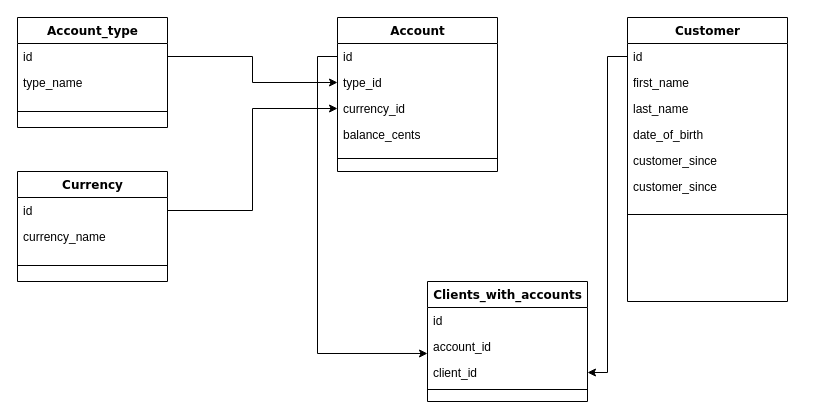
Above: utility/dbERD.drawio in vvalentinv/revature-prj0 (draw.io), before the change. Source tidied: cells renumbered, new cells numbered last; positions are measured from the earlier drawing's top-left corner, leaving out a move shared by most shapes. Both pictures are drawn from the tidied source at 100%, with x=0, y=0 at pixel (17, 17).
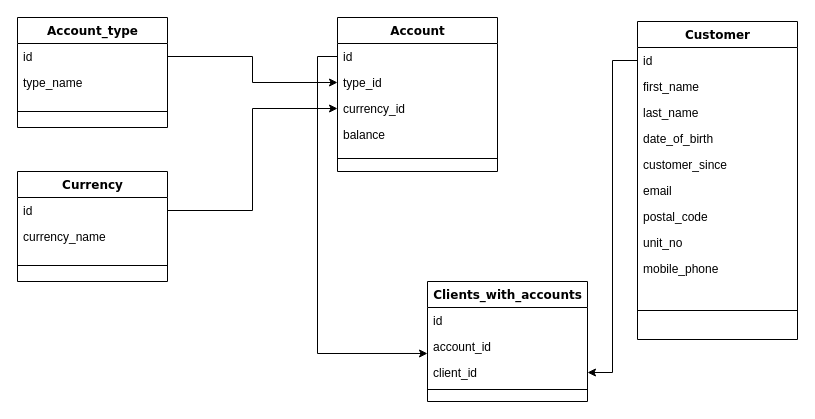
The same page after the edit.

Unchanged cells that the change refers to:
```xml
<mxCell id="2" value="Account" style="swimlane;html=1;fontStyle=1;align=center;verticalAlign=top;horizontal=1;startSize=26;swimlaneFillColor=#ffffff;rounded=0;shadow=0;comic=0;labelBackgroundColor=none;strokeWidth=1;fillColor=none;fontFamily=Verdana;fontSize=12;" parent="1" vertex="1">
  <mxGeometry x="320" width="160" height="154" as="geometry" />
</mxCell>
```

What changed in the source:
```diff
@@
-    <mxCell id="6" value="balance_cents" style="text;html=1;strokeColor=none;fillColor=none;align=left;verticalAlign=top;spacingLeft=4;spacingRight=4;whiteSpace=wrap;overflow=hidden;" parent="2" vertex="1">
+    <mxCell id="6" value="balance&lt;br&gt;" style="text;html=1;strokeColor=none;fillColor=none;align=left;verticalAlign=top;spacingLeft=4;spacingRight=4;whiteSpace=wrap;overflow=hidden;" parent="2" vertex="1">
       <mxGeometry y="104" width="160" height="26" as="geometry" />
     </mxCell>
@@
     <mxCell id="8" value="Customer" style="swimlane;html=1;fontStyle=1;align=center;verticalAlign=top;horizontal=1;startSize=26;swimlaneFillColor=#ffffff;rounded=0;shadow=0;comic=0;labelBackgroundColor=none;strokeWidth=1;fillColor=none;fontFamily=Verdana;fontSize=12;" parent="1" vertex="1">
-      <mxGeometry x="610" width="160" height="284" as="geometry" />
+      <mxGeometry x="620" y="4" width="160" height="318" as="geometry" />
     </mxCell>
@@
-    <mxCell id="14" value="customer_since" style="text;html=1;strokeColor=none;fillColor=none;align=left;verticalAlign=top;spacingLeft=4;spacingRight=4;whiteSpace=wrap;overflow=hidden;" parent="8" vertex="1">
+    <mxCell id="14" value="email" style="text;html=1;strokeColor=none;fillColor=none;align=left;verticalAlign=top;spacingLeft=4;spacingRight=4;whiteSpace=wrap;overflow=hidden;" parent="8" vertex="1">
       <mxGeometry y="156" width="160" height="26" as="geometry" />
     </mxCell>
+    <mxCell id="33" value="postal_code" style="text;html=1;strokeColor=none;fillColor=none;align=left;verticalAlign=top;spacingLeft=4;spacingRight=4;whiteSpace=wrap;overflow=hidden;" parent="8" vertex="1">
+      <mxGeometry y="182" width="160" height="26" as="geometry" />
+    </mxCell>
+    <mxCell id="34" value="unit_no" style="text;html=1;strokeColor=none;fillColor=none;align=left;verticalAlign=top;spacingLeft=4;spacingRight=4;whiteSpace=wrap;overflow=hidden;" parent="8" vertex="1">
+      <mxGeometry y="208" width="160" height="26" as="geometry" />
+    </mxCell>
+    <mxCell id="35" value="mobile_phone" style="text;html=1;strokeColor=none;fillColor=none;align=left;verticalAlign=top;spacingLeft=4;spacingRight=4;whiteSpace=wrap;overflow=hidden;" parent="8" vertex="1">
+      <mxGeometry y="234" width="160" height="26" as="geometry" />
+    </mxCell>
     <mxCell id="15" style="line;html=1;strokeWidth=1;fillColor=none;align=left;verticalAlign=middle;spacingTop=-1;spacingLeft=3;spacingRight=3;labelPosition=right;" parent="8" vertex="1">
-      <mxGeometry y="182" width="160" height="30" as="geometry" />
+      <mxGeometry y="260" width="160" height="58" as="geometry" />
     </mxCell>
```
